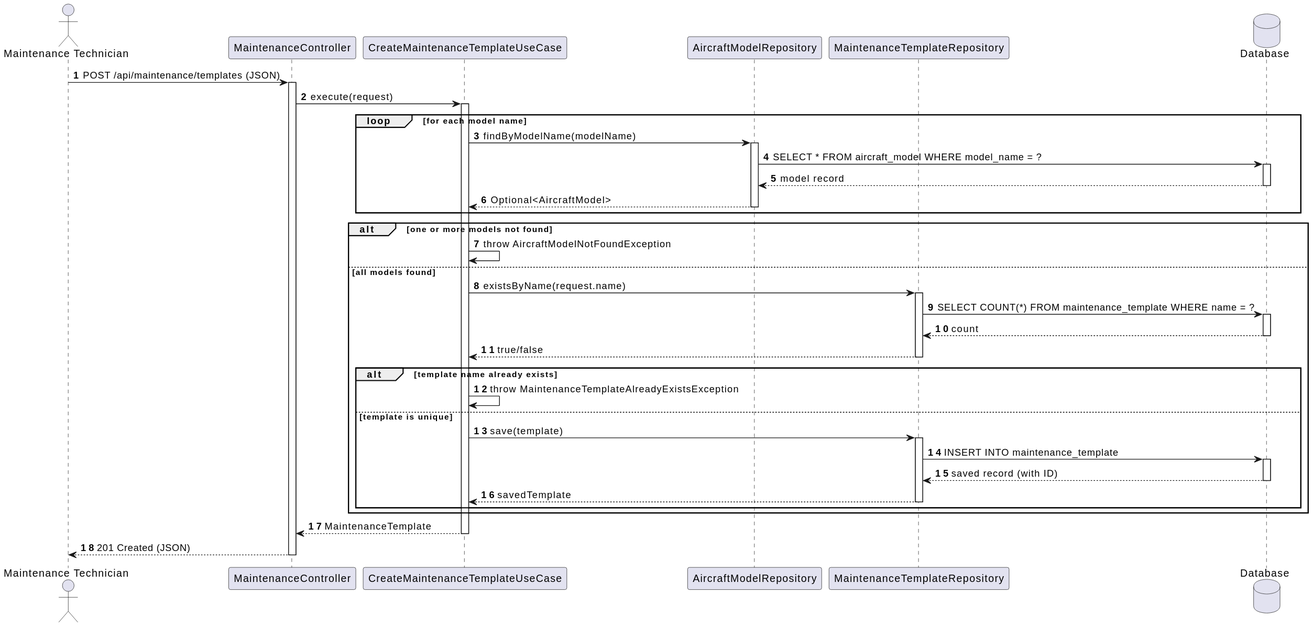
Above: docs/system-documentation/use-cases/WP4A/US115b/svg/sd_us115b.svg in VascoMagolo/psoft_1231562_1241692_1242036_2db (PlantUML), before the change. Source of this version:
```plantuml
@startuml
autonumber
actor "Maintenance Technician" as MT
participant "MaintenanceController" as Ctrl
participant "CreateMaintenanceTemplateUseCase" as UC
participant "AircraftModelRepository" as ModelRepo
participant "MaintenanceTemplateRepository" as Repo
database "Database" as DB
MT -> Ctrl : POST /api/maintenance/templates (JSON)
activate Ctrl
Ctrl -> UC : execute(request)
activate UC
loop for each model name
    UC -> ModelRepo : findByModelName(modelName)
    activate ModelRepo
    ModelRepo -> DB : SELECT * FROM aircraft_model WHERE model_name = ?
    activate DB
    DB --> ModelRepo : model record
    deactivate DB
    ModelRepo --> UC : Optional<AircraftModel>
    deactivate ModelRepo
end
alt one or more models not found
    UC -> UC : throw AircraftModelNotFoundException
else all models found
    UC -> Repo : existsByName(request.name)
    activate Repo
    Repo -> DB : SELECT COUNT(*) FROM maintenance_template WHERE name = ?
    activate DB
    DB --> Repo : count
    deactivate DB
    Repo --> UC : true/false
    deactivate Repo
    alt template name already exists
        UC -> UC : throw MaintenanceTemplateAlreadyExistsException
    else template is unique
        UC -> Repo : save(template)
        activate Repo
        Repo -> DB : INSERT INTO maintenance_template
        activate DB
        DB --> Repo : saved record (with ID)
        deactivate DB
        Repo --> UC : savedTemplate
        deactivate Repo
    end
end
UC --> Ctrl : MaintenanceTemplate
deactivate UC
Ctrl --> MT : 201 Created (JSON)
deactivate Ctrl
@enduml
```
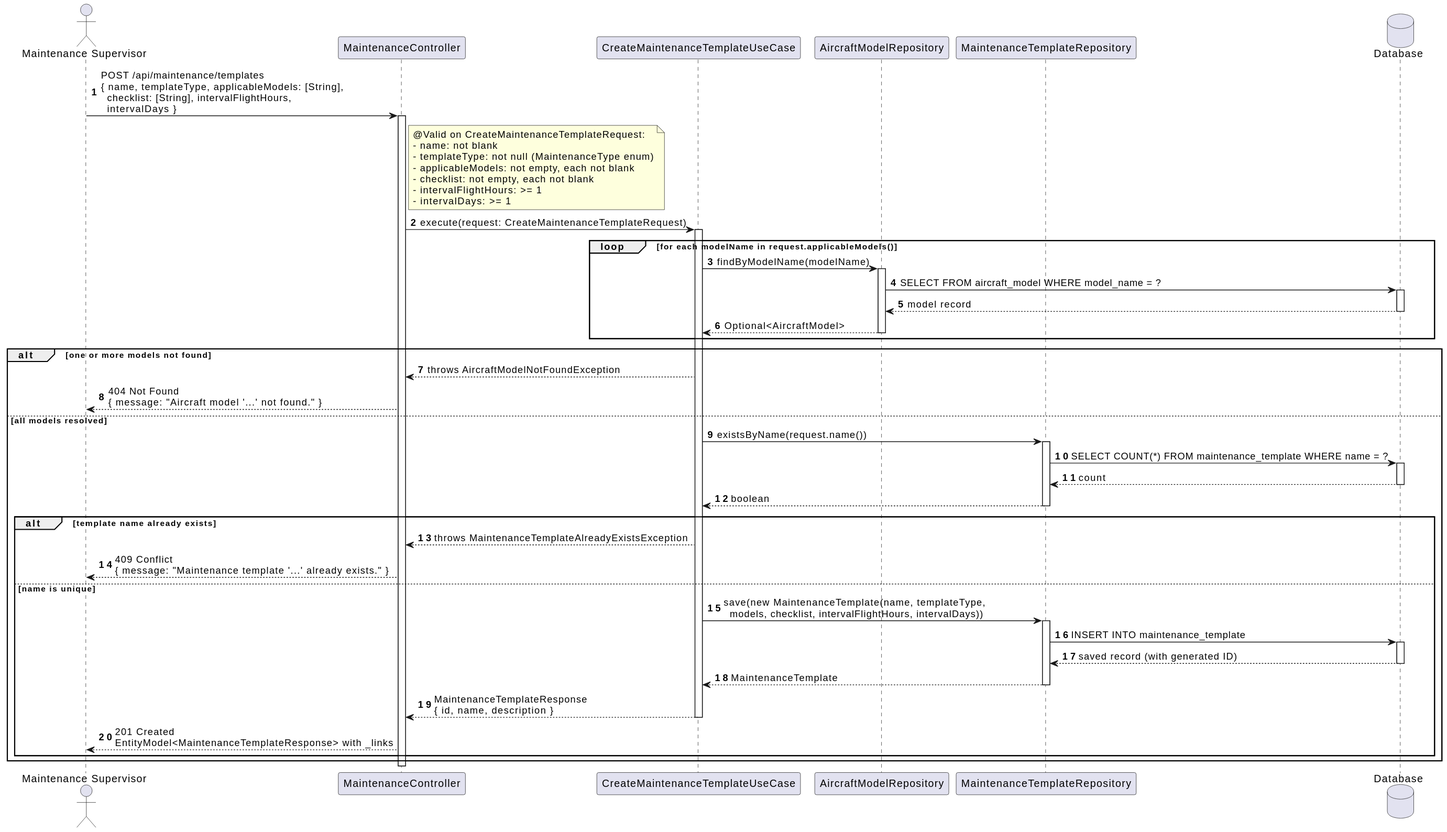
Above is the later version.

Diff of the diagram source:
```diff
@@ -1,51 +1,70 @@
 @startuml
 autonumber
-actor "Maintenance Technician" as MT
+actor "Maintenance Supervisor" as MS
 participant "MaintenanceController" as Ctrl
 participant "CreateMaintenanceTemplateUseCase" as UC
 participant "AircraftModelRepository" as ModelRepo
 participant "MaintenanceTemplateRepository" as Repo
 database "Database" as DB
-MT -> Ctrl : POST /api/maintenance/templates (JSON)
+
+MS -> Ctrl : POST /api/maintenance/templates\n{ name, templateType, applicableModels: [String],\n  checklist: [String], intervalFlightHours,\n  intervalDays }
 activate Ctrl
-Ctrl -> UC : execute(request)
+
+note right of Ctrl
+  @Valid on CreateMaintenanceTemplateRequest:
+  - name: not blank
+  - templateType: not null (MaintenanceType enum)
+  - applicableModels: not empty, each not blank
+  - checklist: not empty, each not blank
+  - intervalFlightHours: >= 1
+  - intervalDays: >= 1
+end note
+
+Ctrl -> UC : execute(request: CreateMaintenanceTemplateRequest)
 activate UC
-loop for each model name
-    UC -> ModelRepo : findByModelName(modelName)
-    activate ModelRepo
-    ModelRepo -> DB : SELECT * FROM aircraft_model WHERE model_name = ?
+
+loop for each modelName in request.applicableModels()
+  UC -> ModelRepo : findByModelName(modelName)
+  activate ModelRepo
+  ModelRepo -> DB : SELECT FROM aircraft_model WHERE model_name = ?
+  activate DB
+  DB --> ModelRepo : model record
+  deactivate DB
+  ModelRepo --> UC : Optional<AircraftModel>
+  deactivate ModelRepo
+end
+
+alt one or more models not found
+  UC --> Ctrl : throws AircraftModelNotFoundException
+  Ctrl --> MS : 404 Not Found\n{ message: "Aircraft model '...' not found." }
+else all models resolved
+  UC -> Repo : existsByName(request.name())
+  activate Repo
+  Repo -> DB : SELECT COUNT(*) FROM maintenance_template WHERE name = ?
+  activate DB
+  DB --> Repo : count
+  deactivate DB
+  Repo --> UC : boolean
+  deactivate Repo
+
+  alt template name already exists
+    UC --> Ctrl : throws MaintenanceTemplateAlreadyExistsException
+    Ctrl --> MS : 409 Conflict\n{ message: "Maintenance template '...' already exists." }
+  else name is unique
+    UC -> Repo : save(new MaintenanceTemplate(name, templateType,\n  models, checklist, intervalFlightHours, intervalDays))
+    activate Repo
+    Repo -> DB : INSERT INTO maintenance_template
     activate DB
-    DB --> ModelRepo : model record
+    DB --> Repo : saved record (with generated ID)
     deactivate DB
-    ModelRepo --> UC : Optional<AircraftModel>
-    deactivate ModelRepo
+    Repo --> UC : MaintenanceTemplate
+    deactivate Repo
+
+    UC --> Ctrl : MaintenanceTemplateResponse\n{ id, name, description }
+    deactivate UC
+    Ctrl --> MS : 201 Created\nEntityModel<MaintenanceTemplateResponse> with _links
+  end
 end
-alt one or more models not found
-    UC -> UC : throw AircraftModelNotFoundException
-else all models found
-    UC -> Repo : existsByName(request.name)
-    activate Repo
-    Repo -> DB : SELECT COUNT(*) FROM maintenance_template WHERE name = ?
-    activate DB
-    DB --> Repo : count
-    deactivate DB
-    Repo --> UC : true/false
-    deactivate Repo
-    alt template name already exists
-        UC -> UC : throw MaintenanceTemplateAlreadyExistsException
-    else template is unique
-        UC -> Repo : save(template)
-        activate Repo
-        Repo -> DB : INSERT INTO maintenance_template
-        activate DB
-        DB --> Repo : saved record (with ID)
-        deactivate DB
-        Repo --> UC : savedTemplate
-        deactivate Repo
-    end
-end
-UC --> Ctrl : MaintenanceTemplate
-deactivate UC
-Ctrl --> MT : 201 Created (JSON)
+
 deactivate Ctrl
 @enduml
```
